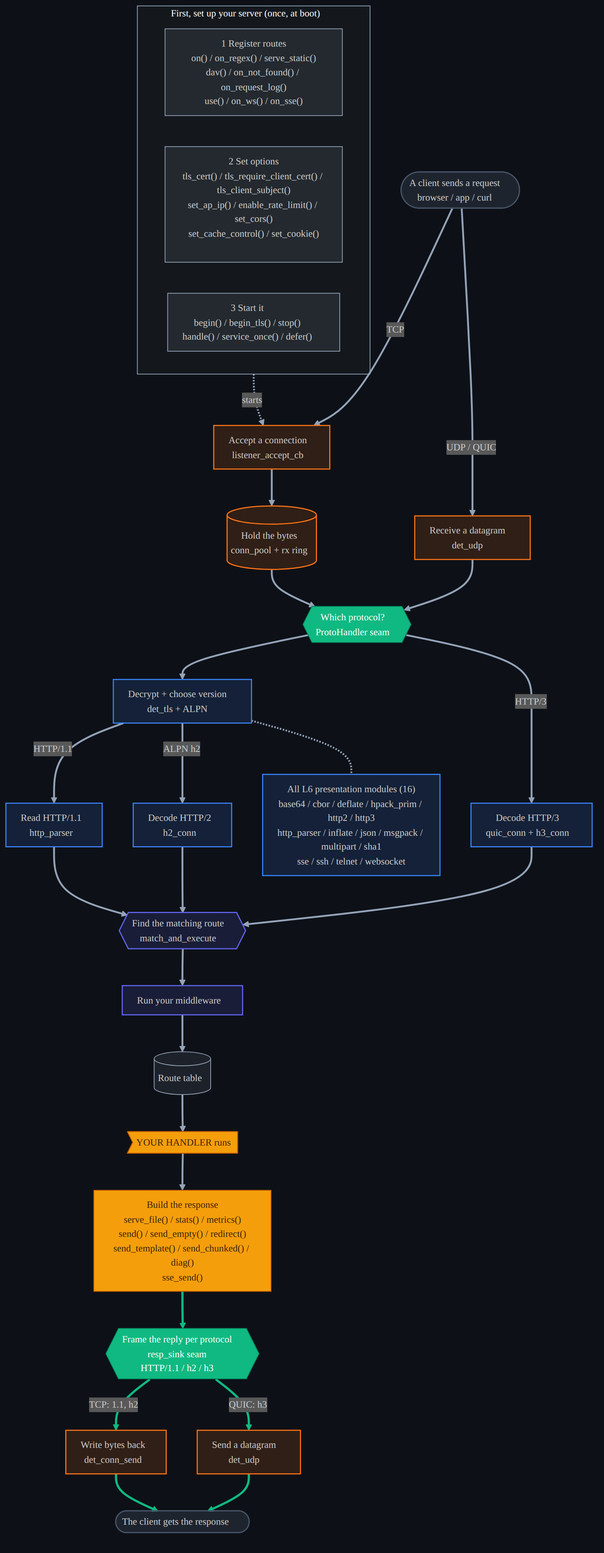
This is docs/diagrams/api_flow_detail.dark.png from dstroy0/DeterministicESPAsyncWebServer, a Mermaid export, as it was before one commit. Its source is kept beside it as docs/diagrams/api_flow_detail.mmd.
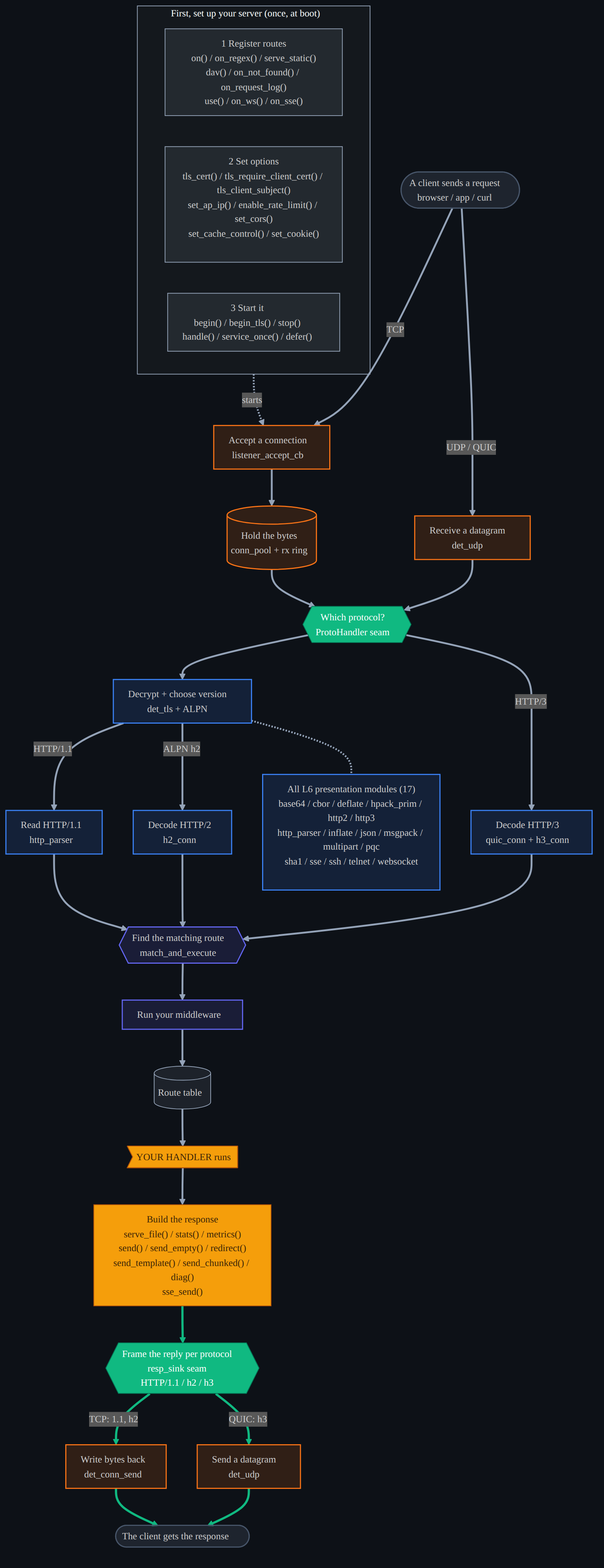
The same file after the commit.

The edit, as a diff of the source:
```diff
@@ -25,7 +25,7 @@
   consend["Write bytes back<br/>det_conn_send"]
   udptx["Send a datagram<br/>det_udp"]
   cout(["The client gets the response"])
-  mods["All L6 presentation modules (16)<br/>base64 / cbor / deflate / hpack_prim / http2 / http3<br/>http_parser / inflate / json / msgpack / multipart / sha1<br/>sse / ssh / telnet / websocket"]
+  mods["All L6 presentation modules (17)<br/>base64 / cbor / deflate / hpack_prim / http2 / http3<br/>http_parser / inflate / json / msgpack / multipart / pqc<br/>sha1 / sse / ssh / telnet / websocket"]
 
   run -.->|starts| listen
   cin ==>|TCP| listen
```
